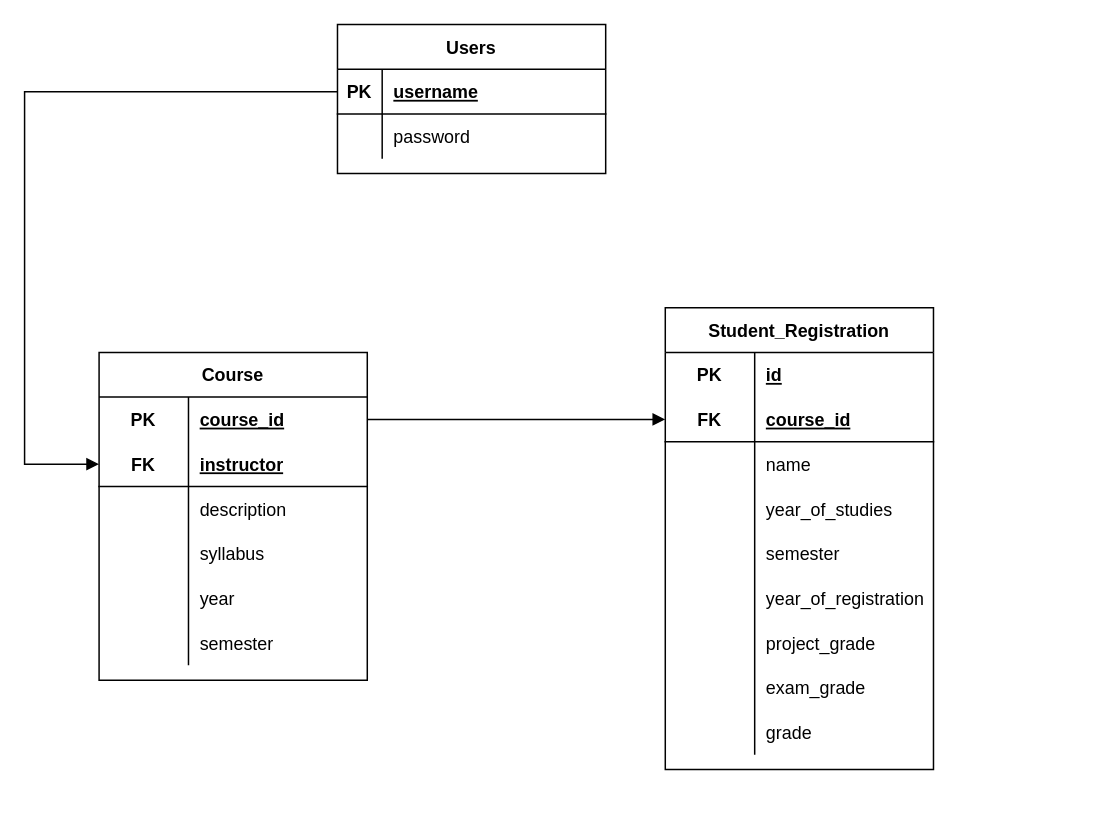
The draw.io diagram page "Database" (3 of 8) of diagrams/CourseMgtApp.drawio in pKolok/myy803_MgtApp_2022, before the edit. Source tidied: cells renumbered, new cells numbered last; positions are measured from the earlier drawing's top-left corner, leaving out a move shared by most shapes. Both pictures are drawn from the tidied source at 149%, with x=0, y=0 at pixel (24, 24).
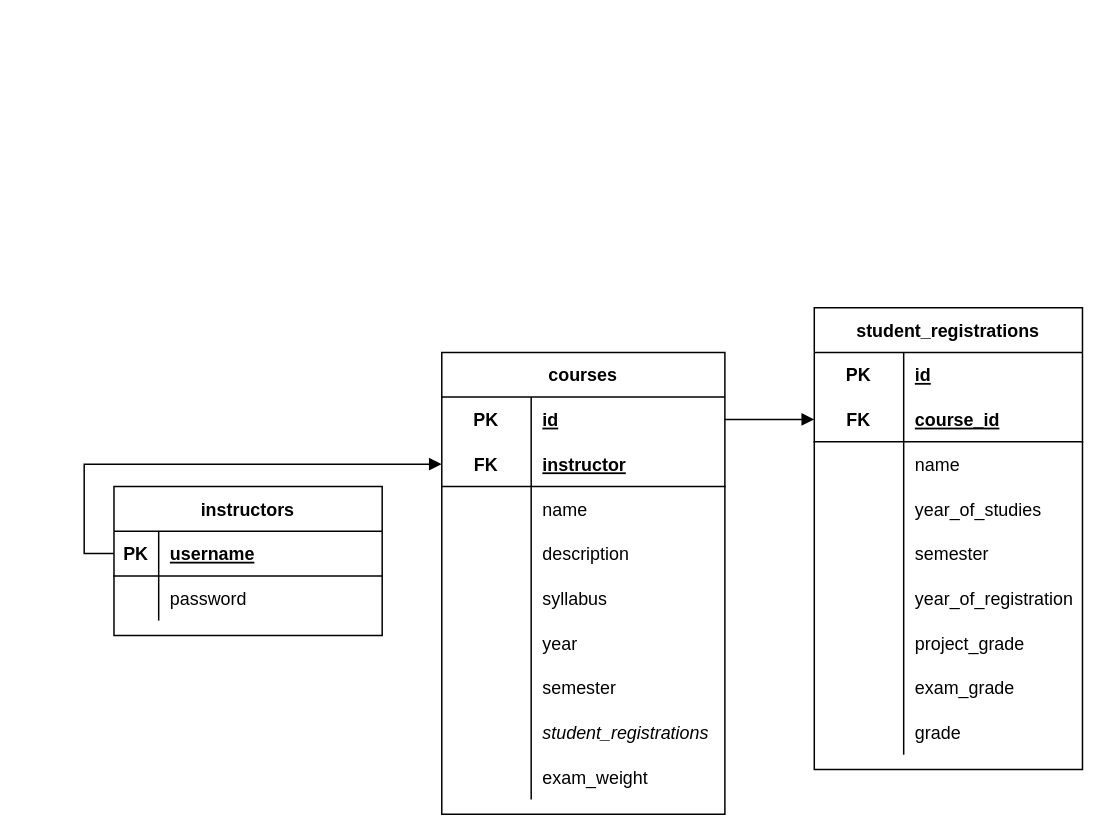
The same diagram, later.

The change refers to these unchanged cells:
```xml
<mxCell id="31" style="shape=tableRow;horizontal=0;startSize=0;swimlaneHead=0;swimlaneBody=0;fillColor=none;points=[[0,0.5],[1,0.5]];portConstraint=eastwest;top=0;left=0;right=0;bottom=1;" parent="30" vertex="1">
  <mxGeometry y="30" width="180" height="30" as="geometry" />
</mxCell>
```

Diff of the diagram source:
```diff
@@
-    <mxCell id="2" value="Student_Registration" style="shape=table;startSize=30;childLayout=tableLayout;rowLines=0;fontStyle=1;align=center;" parent="1" vertex="1">
-      <mxGeometry x="430" y="190" width="180" height="310" as="geometry" />
+    <mxCell id="2" value="student_registrations" style="shape=table;startSize=30;childLayout=tableLayout;rowLines=0;fontStyle=1;align=center;" parent="1" vertex="1">
+      <mxGeometry x="530" y="190" width="180" height="310" as="geometry" />
     </mxCell>
@@
-    <mxCell id="30" value="Users" style="shape=table;startSize=30;childLayout=tableLayout;rowLines=0;fontStyle=1;align=center;" parent="1" vertex="1">
-      <mxGeometry x="210" width="180" height="100" as="geometry" />
+    <mxCell id="30" value="instructors" style="shape=table;startSize=30;childLayout=tableLayout;rowLines=0;fontStyle=1;align=center;" parent="1" vertex="1">
+      <mxGeometry x="60" y="310" width="180" height="100" as="geometry" />
     </mxCell>
@@
-    <mxCell id="37" value="Course" style="shape=table;startSize=30;childLayout=tableLayout;rowLines=0;fontStyle=1;align=center;" parent="1" vertex="1">
-      <mxGeometry x="50" y="220" width="180" height="220" as="geometry" />
+    <mxCell id="37" value="courses" style="shape=table;startSize=30;childLayout=tableLayout;rowLines=0;fontStyle=1;align=center;" parent="1" vertex="1">
+      <mxGeometry x="280" y="220" width="190" height="310" as="geometry" />
     </mxCell>
     <mxCell id="38" style="shape=tableRow;horizontal=0;startSize=0;swimlaneHead=0;swimlaneBody=0;fillColor=none;points=[[0,0.5],[1,0.5]];portConstraint=eastwest;top=0;left=0;right=0;bottom=0;" parent="37" vertex="1">
-      <mxGeometry y="30" width="180" height="30" as="geometry" />
+      <mxGeometry y="30" width="190" height="30" as="geometry" />
     </mxCell>
@@
-    <mxCell id="40" value="course_id" style="shape=partialRectangle;fillColor=none;top=0;left=0;bottom=0;right=0;align=left;spacingLeft=6;fontStyle=5;overflow=hidden;" parent="38" vertex="1">
-      <mxGeometry x="60" width="120" height="30" as="geometry" />
+    <mxCell id="40" value="id" style="shape=partialRectangle;fillColor=none;top=0;left=0;bottom=0;right=0;align=left;spacingLeft=6;fontStyle=5;overflow=hidden;" parent="38" vertex="1">
+      <mxGeometry x="60" width="130" height="30" as="geometry" />
     </mxCell>
     <mxCell id="41" style="shape=tableRow;horizontal=0;startSize=0;swimlaneHead=0;swimlaneBody=0;fillColor=none;points=[[0,0.5],[1,0.5]];portConstraint=eastwest;top=0;left=0;right=0;bottom=1;" parent="37" vertex="1">
-      <mxGeometry y="60" width="180" height="30" as="geometry" />
+      <mxGeometry y="60" width="190" height="30" as="geometry" />
     </mxCell>
@@
     <mxCell id="43" value="instructor" style="shape=partialRectangle;fillColor=none;top=0;left=0;bottom=0;right=0;align=left;spacingLeft=6;fontStyle=5;overflow=hidden;" parent="41" vertex="1">
-      <mxGeometry x="60" width="120" height="30" as="geometry" />
+      <mxGeometry x="60" width="130" height="30" as="geometry" />
     </mxCell>
     <mxCell id="44" style="shape=tableRow;horizontal=0;startSize=0;swimlaneHead=0;swimlaneBody=0;fillColor=none;top=0;left=0;right=0;bottom=0;" parent="37" vertex="1">
-      <mxGeometry y="90" width="180" height="30" as="geometry" />
+      <mxGeometry y="90" width="190" height="30" as="geometry" />
     </mxCell>
@@
-    <mxCell id="46" value="description" style="shape=partialRectangle;fillColor=none;top=0;left=0;bottom=0;right=0;align=left;spacingLeft=6;overflow=hidden;" parent="44" vertex="1">
-      <mxGeometry x="60" width="120" height="30" as="geometry" />
+    <mxCell id="46" value="name" style="shape=partialRectangle;fillColor=none;top=0;left=0;bottom=0;right=0;align=left;spacingLeft=6;overflow=hidden;" parent="44" vertex="1">
+      <mxGeometry x="60" width="130" height="30" as="geometry" />
     </mxCell>
+    <mxCell id="58" style="shape=tableRow;horizontal=0;startSize=0;swimlaneHead=0;swimlaneBody=0;fillColor=none;top=0;left=0;right=0;bottom=0;" parent="37" vertex="1">
+      <mxGeometry y="120" width="190" height="30" as="geometry" />
+    </mxCell>
+    <mxCell id="59" style="shape=partialRectangle;fillColor=none;top=0;left=0;bottom=0;right=0;overflow=hidden;" parent="58" vertex="1">
+      <mxGeometry width="60" height="30" as="geometry" />
+    </mxCell>
+    <mxCell id="60" value="description" style="shape=partialRectangle;fillColor=none;top=0;left=0;bottom=0;right=0;align=left;spacingLeft=6;overflow=hidden;" parent="58" vertex="1">
+      <mxGeometry x="60" width="130" height="30" as="geometry" />
+    </mxCell>
     <mxCell id="47" style="shape=tableRow;horizontal=0;startSize=0;swimlaneHead=0;swimlaneBody=0;fillColor=none;top=0;left=0;right=0;bottom=0;" parent="37" vertex="1">
-      <mxGeometry y="120" width="180" height="30" as="geometry" />
+      <mxGeometry y="150" width="190" height="30" as="geometry" />
     </mxCell>
@@
     <mxCell id="49" value="syllabus" style="shape=partialRectangle;fillColor=none;top=0;left=0;bottom=0;right=0;align=left;spacingLeft=6;overflow=hidden;" parent="47" vertex="1">
-      <mxGeometry x="60" width="120" height="30" as="geometry" />
+      <mxGeometry x="60" width="130" height="30" as="geometry" />
     </mxCell>
     <mxCell id="50" style="shape=tableRow;horizontal=0;startSize=0;swimlaneHead=0;swimlaneBody=0;fillColor=none;top=0;left=0;right=0;bottom=0;" parent="37" vertex="1">
-      <mxGeometry y="150" width="180" height="30" as="geometry" />
+      <mxGeometry y="180" width="190" height="30" as="geometry" />
     </mxCell>
@@
     <mxCell id="52" value="year" style="shape=partialRectangle;fillColor=none;top=0;left=0;bottom=0;right=0;align=left;spacingLeft=6;overflow=hidden;" parent="50" vertex="1">
-      <mxGeometry x="60" width="120" height="30" as="geometry" />
+      <mxGeometry x="60" width="130" height="30" as="geometry" />
     </mxCell>
     <mxCell id="53" style="shape=tableRow;horizontal=0;startSize=0;swimlaneHead=0;swimlaneBody=0;fillColor=none;top=0;left=0;right=0;bottom=0;" parent="37" vertex="1">
-      <mxGeometry y="180" width="180" height="30" as="geometry" />
+      <mxGeometry y="210" width="190" height="30" as="geometry" />
     </mxCell>
@@
     <mxCell id="55" value="semester" style="shape=partialRectangle;fillColor=none;top=0;left=0;bottom=0;right=0;align=left;spacingLeft=6;overflow=hidden;" parent="53" vertex="1">
-      <mxGeometry x="60" width="120" height="30" as="geometry" />
+      <mxGeometry x="60" width="130" height="30" as="geometry" />
     </mxCell>
+    <mxCell id="61" style="shape=tableRow;horizontal=0;startSize=0;swimlaneHead=0;swimlaneBody=0;fillColor=none;top=0;left=0;right=0;bottom=0;" parent="37" vertex="1">
+      <mxGeometry y="240" width="190" height="30" as="geometry" />
+    </mxCell>
+    <mxCell id="62" style="shape=partialRectangle;fillColor=none;top=0;left=0;bottom=0;right=0;overflow=hidden;" parent="61" vertex="1">
+      <mxGeometry width="60" height="30" as="geometry" />
+    </mxCell>
+    <mxCell id="63" value="student_registrations" style="shape=partialRectangle;fillColor=none;top=0;left=0;bottom=0;right=0;align=left;spacingLeft=6;overflow=hidden;fontStyle=2;" parent="61" vertex="1">
+      <mxGeometry x="60" width="130" height="30" as="geometry" />
+    </mxCell>
+    <mxCell id="64" style="shape=tableRow;horizontal=0;startSize=0;swimlaneHead=0;swimlaneBody=0;fillColor=none;top=0;left=0;right=0;bottom=0;" parent="37" vertex="1">
+      <mxGeometry y="270" width="190" height="30" as="geometry" />
+    </mxCell>
+    <mxCell id="65" style="shape=partialRectangle;fillColor=none;top=0;left=0;bottom=0;right=0;overflow=hidden;" parent="64" vertex="1">
+      <mxGeometry width="60" height="30" as="geometry" />
+    </mxCell>
+    <mxCell id="66" value="exam_weight" style="shape=partialRectangle;fillColor=none;top=0;left=0;bottom=0;right=0;align=left;spacingLeft=6;overflow=hidden;" parent="64" vertex="1">
+      <mxGeometry x="60" width="130" height="30" as="geometry" />
+    </mxCell>
     <mxCell id="56" value="dispatch" style="html=1;verticalAlign=bottom;endArrow=block;rounded=0;exitX=0;exitY=0.5;exitDx=0;exitDy=0;entryX=0;entryY=0.5;entryDx=0;entryDy=0;fontColor=none;noLabel=1;" parent="1" edge="1" source="31" target="41">
       <mxGeometry relative="1" as="geometry">
         <Array as="points">
-          <mxPoint y="45" />
-          <mxPoint y="295" />
+          <mxPoint x="40" y="355" />
+          <mxPoint x="40" y="295" />
         </Array>
       </mxGeometry>
     </mxCell>
```
